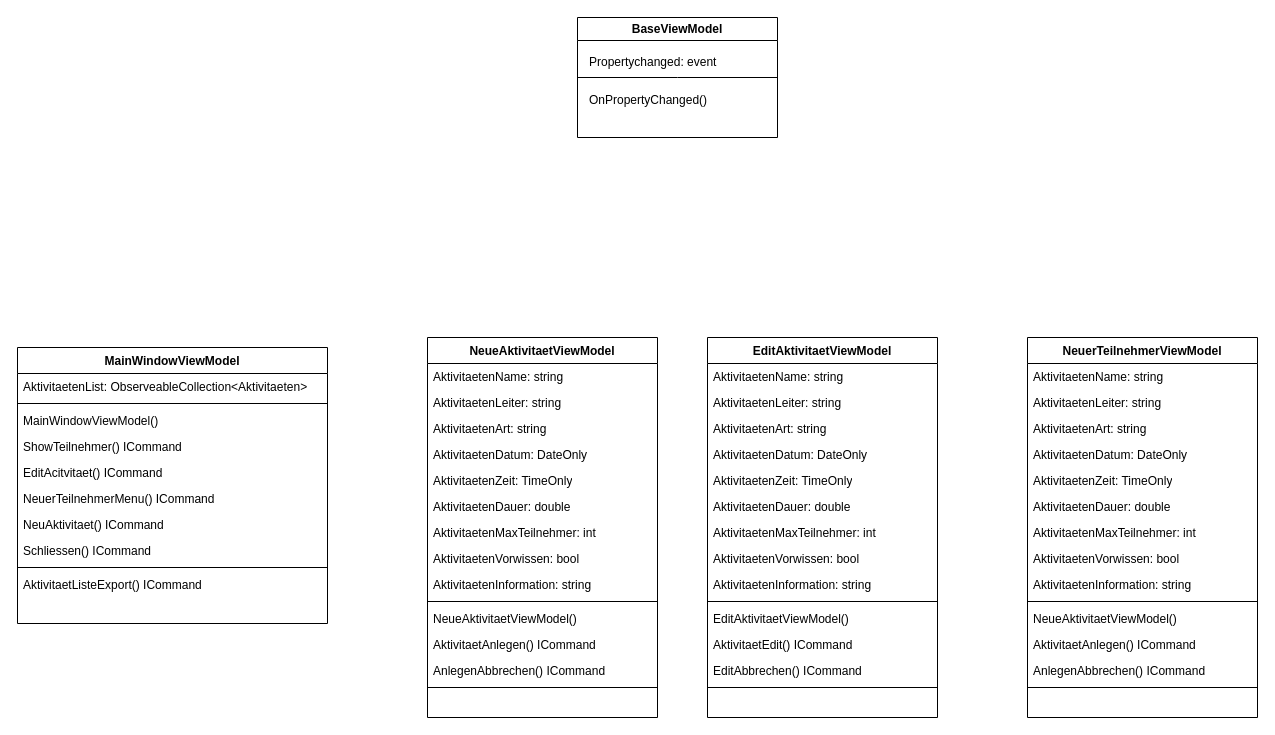
mastapetz/CVAVT keeps this draw.io diagram as CVAVT/Diagrams/UML_erweitert.drawio. Above is the earlier version. Source tidied: cells renumbered, new cells numbered last; positions are measured from the earlier drawing's top-left corner, leaving out a move shared by most shapes. Both pictures are drawn from the tidied source at 100%, with x=0, y=0 at pixel (17, 17).
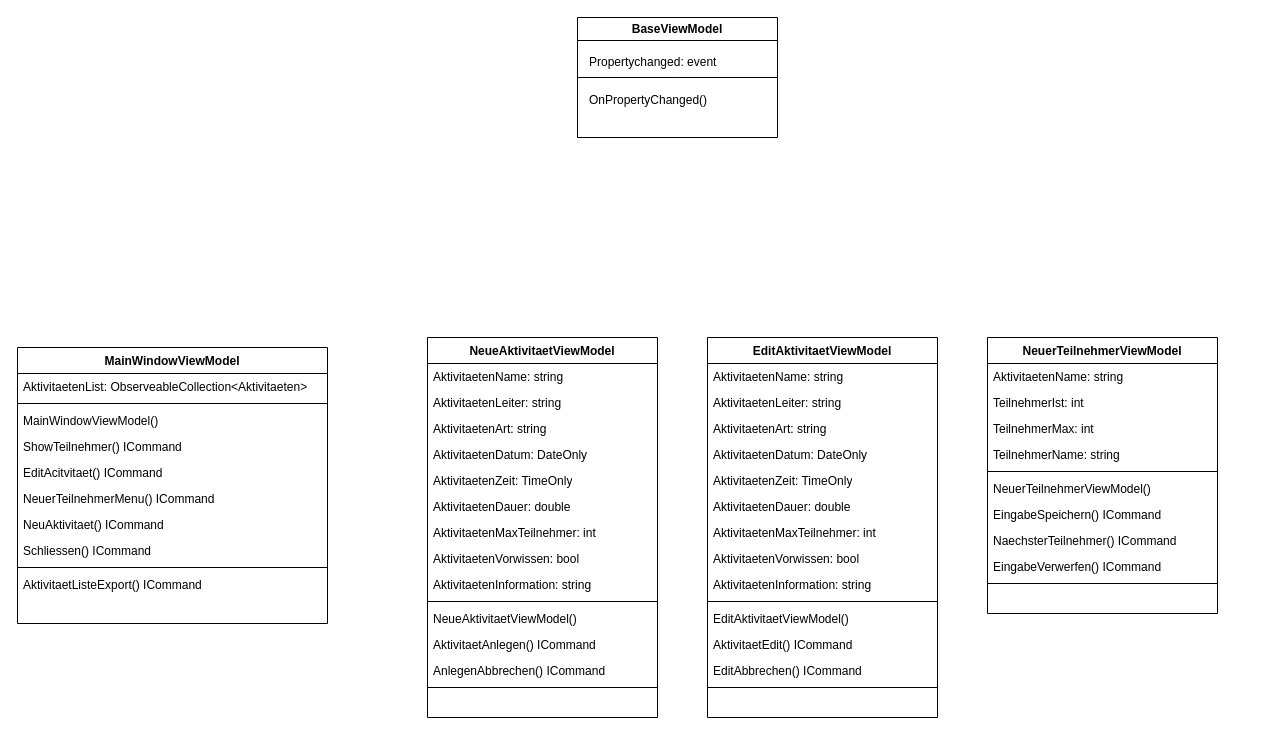
Above is the later version.

What changed in the source:
```diff
@@
     <mxCell id="50" value="NeuerTeilnehmerViewModel" style="swimlane;fontStyle=1;align=center;verticalAlign=top;horizontal=1;startSize=26;whiteSpace=wrap;html=1;" parent="1" vertex="1">
-      <mxGeometry x="1010" y="320" width="230" height="380" as="geometry" />
+      <mxGeometry x="970" y="320" width="230" height="276" as="geometry" />
     </mxCell>
@@
-    <mxCell id="52" value="AktivitaetenLeiter: string" style="text;strokeColor=none;fillColor=none;align=left;verticalAlign=top;spacingLeft=4;spacingRight=4;overflow=hidden;whiteSpace=wrap;html=1;" parent="50" vertex="1">
-      <mxGeometry y="52" width="230" height="26" as="geometry" />
-    </mxCell>
-    <mxCell id="53" value="AktivitaetenArt: string" style="text;strokeColor=none;fillColor=none;align=left;verticalAlign=top;spacingLeft=4;spacingRight=4;overflow=hidden;whiteSpace=wrap;html=1;" parent="50" vertex="1">
-      <mxGeometry y="78" width="230" height="26" as="geometry" />
-    </mxCell>
-    <mxCell id="54" value="AktivitaetenDatum: DateOnly" style="text;strokeColor=none;fillColor=none;align=left;verticalAlign=top;spacingLeft=4;spacingRight=4;overflow=hidden;whiteSpace=wrap;html=1;" parent="50" vertex="1">
-      <mxGeometry y="104" width="230" height="26" as="geometry" />
-    </mxCell>
-    <mxCell id="55" value="AktivitaetenZeit: TimeOnly" style="text;strokeColor=none;fillColor=none;align=left;verticalAlign=top;spacingLeft=4;spacingRight=4;overflow=hidden;whiteSpace=wrap;html=1;" parent="50" vertex="1">
-      <mxGeometry y="130" width="230" height="26" as="geometry" />
-    </mxCell>
-    <mxCell id="56" value="AktivitaetenDauer: double" style="text;strokeColor=none;fillColor=none;align=left;verticalAlign=top;spacingLeft=4;spacingRight=4;overflow=hidden;whiteSpace=wrap;html=1;" parent="50" vertex="1">
-      <mxGeometry y="156" width="230" height="26" as="geometry" />
-    </mxCell>
-    <mxCell id="57" value="AktivitaetenMaxTeilnehmer: int" style="text;strokeColor=none;fillColor=none;align=left;verticalAlign=top;spacingLeft=4;spacingRight=4;overflow=hidden;whiteSpace=wrap;html=1;" parent="50" vertex="1">
-      <mxGeometry y="182" width="230" height="26" as="geometry" />
+    <mxCell id="57" value="TeilnehmerIst: int" style="text;strokeColor=none;fillColor=none;align=left;verticalAlign=top;spacingLeft=4;spacingRight=4;overflow=hidden;whiteSpace=wrap;html=1;" parent="50" vertex="1">
+      <mxGeometry y="52" width="230" height="26" as="geometry" />
     </mxCell>
-    <mxCell id="58" value="AktivitaetenVorwissen: bool" style="text;strokeColor=none;fillColor=none;align=left;verticalAlign=top;spacingLeft=4;spacingRight=4;overflow=hidden;whiteSpace=wrap;html=1;" parent="50" vertex="1">
-      <mxGeometry y="208" width="230" height="26" as="geometry" />
+    <mxCell id="58" value="TeilnehmerMax: int" style="text;strokeColor=none;fillColor=none;align=left;verticalAlign=top;spacingLeft=4;spacingRight=4;overflow=hidden;whiteSpace=wrap;html=1;" parent="50" vertex="1">
+      <mxGeometry y="78" width="230" height="26" as="geometry" />
     </mxCell>
-    <mxCell id="59" value="AktivitaetenInformation: string" style="text;strokeColor=none;fillColor=none;align=left;verticalAlign=top;spacingLeft=4;spacingRight=4;overflow=hidden;whiteSpace=wrap;html=1;" parent="50" vertex="1">
-      <mxGeometry y="234" width="230" height="26" as="geometry" />
+    <mxCell id="59" value="TeilnehmerName: string" style="text;strokeColor=none;fillColor=none;align=left;verticalAlign=top;spacingLeft=4;spacingRight=4;overflow=hidden;whiteSpace=wrap;html=1;" parent="50" vertex="1">
+      <mxGeometry y="104" width="230" height="26" as="geometry" />
     </mxCell>
     <mxCell id="60" style="line;strokeWidth=1;fillColor=none;align=left;verticalAlign=middle;spacingTop=-1;spacingLeft=3;spacingRight=3;labelPosition=right;strokeColor=inherit;" parent="50" vertex="1">
-      <mxGeometry y="260" width="230" height="8" as="geometry" />
+      <mxGeometry y="130" width="230" height="8" as="geometry" />
     </mxCell>
-    <mxCell id="61" value="NeueAktivitaetViewModel()" style="text;strokeColor=none;fillColor=none;align=left;verticalAlign=top;spacingLeft=4;spacingRight=4;overflow=hidden;whiteSpace=wrap;html=1;" parent="50" vertex="1">
-      <mxGeometry y="268" width="230" height="26" as="geometry" />
+    <mxCell id="61" value="NeuerTeilnehmerViewModel()" style="text;strokeColor=none;fillColor=none;align=left;verticalAlign=top;spacingLeft=4;spacingRight=4;overflow=hidden;whiteSpace=wrap;html=1;" parent="50" vertex="1">
+      <mxGeometry y="138" width="230" height="26" as="geometry" />
     </mxCell>
+    <mxCell id="66" value="EingabeSpeichern() ICommand" style="text;strokeColor=none;fillColor=none;align=left;verticalAlign=top;spacingLeft=4;spacingRight=4;overflow=hidden;whiteSpace=wrap;html=1;" parent="50" vertex="1">
+      <mxGeometry y="164" width="230" height="26" as="geometry" />
+    </mxCell>
-    <mxCell id="62" value="AktivitaetAnlegen() ICommand" style="text;strokeColor=none;fillColor=none;align=left;verticalAlign=top;spacingLeft=4;spacingRight=4;overflow=hidden;whiteSpace=wrap;html=1;" parent="50" vertex="1">
-      <mxGeometry y="294" width="230" height="26" as="geometry" />
+    <mxCell id="62" value="NaechsterTeilnehmer() ICommand" style="text;strokeColor=none;fillColor=none;align=left;verticalAlign=top;spacingLeft=4;spacingRight=4;overflow=hidden;whiteSpace=wrap;html=1;" parent="50" vertex="1">
+      <mxGeometry y="190" width="230" height="26" as="geometry" />
     </mxCell>
-    <mxCell id="63" value="AnlegenAbbrechen() ICommand" style="text;strokeColor=none;fillColor=none;align=left;verticalAlign=top;spacingLeft=4;spacingRight=4;overflow=hidden;whiteSpace=wrap;html=1;" parent="50" vertex="1">
-      <mxGeometry y="320" width="230" height="26" as="geometry" />
+    <mxCell id="63" value="EingabeVerwerfen() ICommand" style="text;strokeColor=none;fillColor=none;align=left;verticalAlign=top;spacingLeft=4;spacingRight=4;overflow=hidden;whiteSpace=wrap;html=1;" parent="50" vertex="1">
+      <mxGeometry y="216" width="230" height="26" as="geometry" />
     </mxCell>
     <mxCell id="64" style="line;strokeWidth=1;fillColor=none;align=left;verticalAlign=middle;spacingTop=-1;spacingLeft=3;spacingRight=3;labelPosition=right;strokeColor=inherit;" parent="50" vertex="1">
-      <mxGeometry y="346" width="230" height="8" as="geometry" />
+      <mxGeometry y="242" width="230" height="8" as="geometry" />
     </mxCell>
     <mxCell id="65" style="text;strokeColor=none;fillColor=none;align=left;verticalAlign=top;spacingLeft=4;spacingRight=4;overflow=hidden;whiteSpace=wrap;html=1;" parent="50" vertex="1">
-      <mxGeometry y="354" width="230" height="26" as="geometry" />
+      <mxGeometry y="250" width="230" height="26" as="geometry" />
     </mxCell>
```
